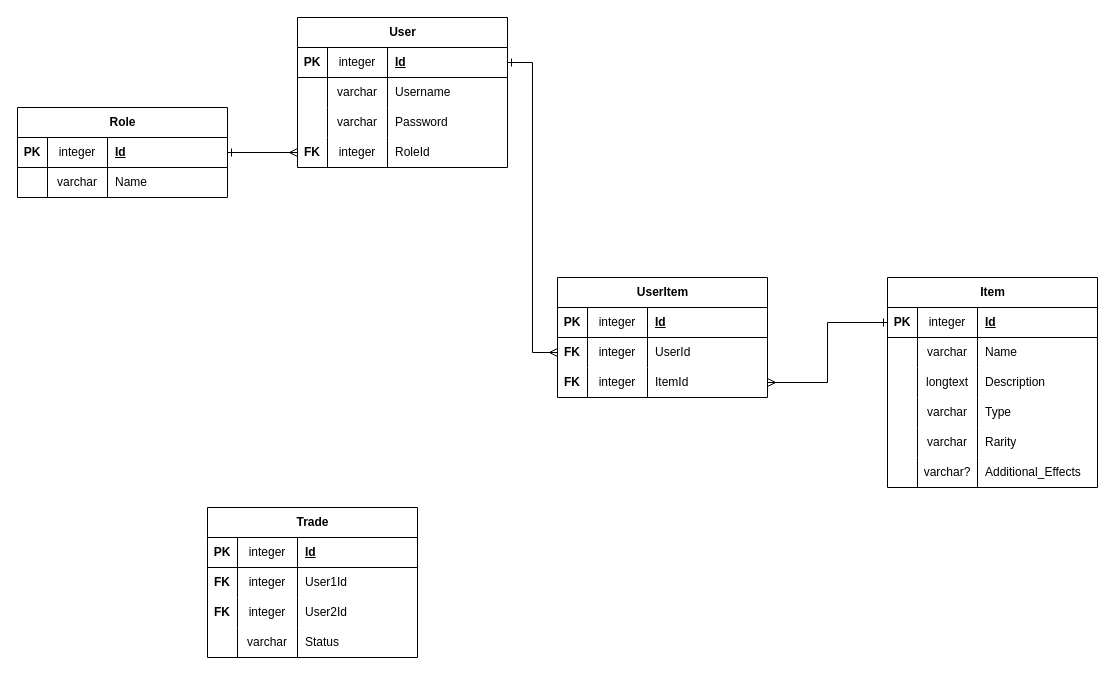
Earlier version of the draw.io diagram Docs/ERD.drawio (ThijsHeuvel/E4_DreamScape). Source tidied: cells renumbered, new cells numbered last; positions are measured from the earlier drawing's top-left corner, leaving out a move shared by most shapes. Both pictures are drawn from the tidied source at 100%, with x=0, y=0 at pixel (17, 17).
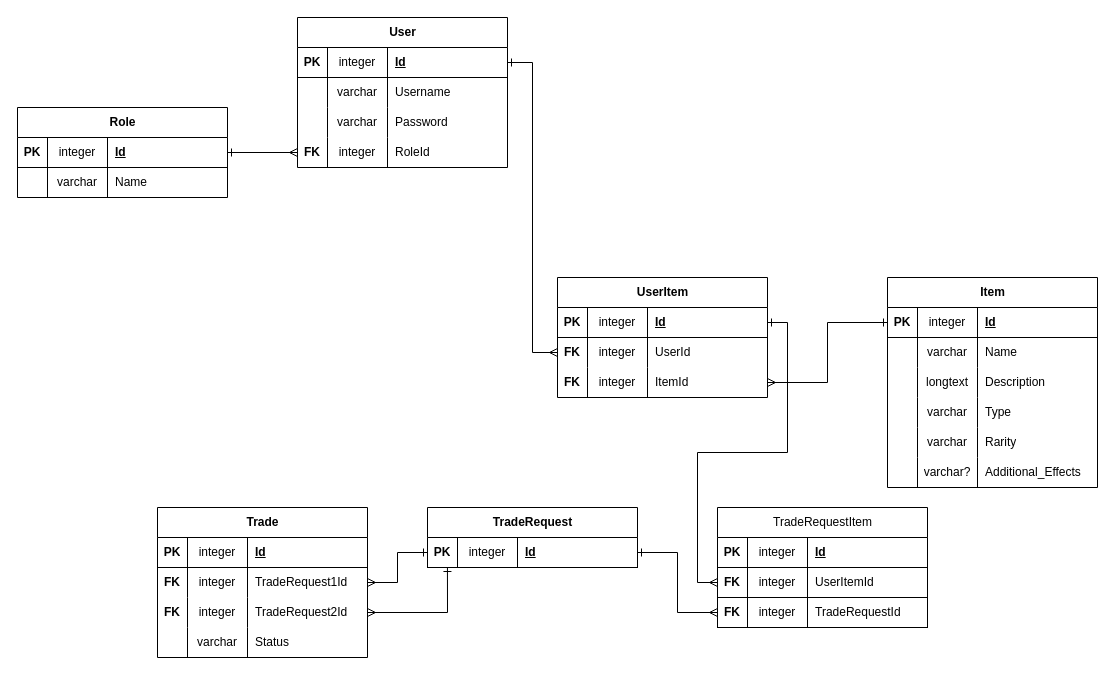
The same page after the edit.

The change refers to these unchanged cells:
```xml
<mxCell id="55" style="shape=tableRow;horizontal=0;startSize=0;swimlaneHead=0;swimlaneBody=0;fillColor=none;points=[[0,0.5],[1,0.5]];portConstraint=eastwest;top=0;left=0;right=0;bottom=1;" parent="54" vertex="1">
  <mxGeometry y="30" width="210" height="30" as="geometry" />
</mxCell>
<mxCell id="74" style="shape=tableRow;horizontal=0;startSize=0;swimlaneHead=0;swimlaneBody=0;fillColor=none;points=[[0,0.5],[1,0.5]];portConstraint=eastwest;top=0;left=0;right=0;bottom=0;" parent="69" vertex="1">
  <mxGeometry y="60" width="210" height="30" as="geometry" />
</mxCell>
```

Diff of the diagram source:
```diff
@@
     <mxCell id="69" value="Trade" style="shape=table;startSize=30;childLayout=tableLayout;rowLines=0;fontStyle=1;align=center;html=1;" parent="1" vertex="1">
-      <mxGeometry x="190" y="490" width="210" height="150" as="geometry" />
+      <mxGeometry x="140" y="490" width="210" height="150" as="geometry" />
     </mxCell>
@@
-    <mxCell id="77" value="User1Id" style="shape=partialRectangle;fillColor=none;top=0;left=0;bottom=0;right=0;align=left;spacingLeft=6;overflow=hidden;whiteSpace=wrap;html=1;" parent="74" vertex="1">
+    <mxCell id="77" value="TradeRequest1Id" style="shape=partialRectangle;fillColor=none;top=0;left=0;bottom=0;right=0;align=left;spacingLeft=6;overflow=hidden;whiteSpace=wrap;html=1;" parent="74" vertex="1">
       <mxGeometry x="90" width="120" height="30" as="geometry" />
     </mxCell>
@@
     <mxCell id="86" style="shape=tableRow;horizontal=0;startSize=0;swimlaneHead=0;swimlaneBody=0;fillColor=none;points=[[0,0.5],[1,0.5]];portConstraint=eastwest;top=0;left=0;right=0;bottom=0;" parent="1" vertex="1">
-      <mxGeometry x="190" y="580" width="210" height="30" as="geometry" />
+      <mxGeometry x="190" y="580" width="160" height="30" as="geometry" />
     </mxCell>
     <mxCell id="87" value="&lt;b&gt;FK&lt;/b&gt;" style="shape=partialRectangle;fillColor=none;top=0;left=0;bottom=0;right=0;overflow=hidden;whiteSpace=wrap;html=1;" parent="86" vertex="1">
-      <mxGeometry width="30" height="30" as="geometry" />
+      <mxGeometry x="-50" width="30" height="30" as="geometry" />
     </mxCell>
     <mxCell id="88" value="integer" style="shape=partialRectangle;fillColor=none;top=0;left=0;bottom=0;right=0;overflow=hidden;whiteSpace=wrap;html=1;" parent="86" vertex="1">
-      <mxGeometry x="30" width="60" height="30" as="geometry" />
+      <mxGeometry x="-20" width="60" height="30" as="geometry" />
     </mxCell>
-    <mxCell id="89" value="User2Id" style="shape=partialRectangle;fillColor=none;top=0;left=0;bottom=0;right=0;align=left;spacingLeft=6;overflow=hidden;whiteSpace=wrap;html=1;" parent="86" vertex="1">
-      <mxGeometry x="90" width="120" height="30" as="geometry" />
+    <mxCell id="89" value="TradeRequest2Id" style="shape=partialRectangle;fillColor=none;top=0;left=0;bottom=0;right=0;align=left;spacingLeft=6;overflow=hidden;whiteSpace=wrap;html=1;" parent="86" vertex="1">
+      <mxGeometry x="40" width="120" height="30" as="geometry" />
     </mxCell>
+    <mxCell id="90" value="TradeRequest" style="shape=table;startSize=30;childLayout=tableLayout;rowLines=0;fontStyle=1;align=center;html=1;" parent="1" vertex="1">
+      <mxGeometry x="410" y="490" width="210" height="60" as="geometry" />
+    </mxCell>
+    <mxCell id="91" style="shape=tableRow;horizontal=0;startSize=0;swimlaneHead=0;swimlaneBody=0;fillColor=none;points=[[0,0.5],[1,0.5]];portConstraint=eastwest;top=0;left=0;right=0;bottom=1;" parent="90" vertex="1">
+      <mxGeometry y="30" width="210" height="30" as="geometry" />
+    </mxCell>
+    <mxCell id="92" value="PK" style="shape=partialRectangle;fillColor=none;top=0;left=0;bottom=0;right=0;fontStyle=1;overflow=hidden;whiteSpace=wrap;html=1;" parent="91" vertex="1">
+      <mxGeometry width="30" height="30" as="geometry" />
+    </mxCell>
+    <mxCell id="93" value="&lt;span style=&quot;font-weight: normal;&quot;&gt;integer&lt;/span&gt;" style="shape=partialRectangle;fillColor=none;top=0;left=0;bottom=0;right=0;fontStyle=1;overflow=hidden;whiteSpace=wrap;html=1;" parent="91" vertex="1">
+      <mxGeometry x="30" width="60" height="30" as="geometry" />
+    </mxCell>
+    <mxCell id="94" value="Id" style="shape=partialRectangle;fillColor=none;top=0;left=0;bottom=0;right=0;align=left;spacingLeft=6;fontStyle=5;overflow=hidden;whiteSpace=wrap;html=1;" parent="91" vertex="1">
+      <mxGeometry x="90" width="120" height="30" as="geometry" />
+    </mxCell>
+    <mxCell id="95" value="TradeRequestItem" style="shape=table;startSize=30;childLayout=tableLayout;rowLines=0;fontStyle=0;align=center;html=1;" parent="1" vertex="1">
+      <mxGeometry x="700" y="490" width="210" height="120" as="geometry" />
+    </mxCell>
+    <mxCell id="96" style="shape=tableRow;horizontal=0;startSize=0;swimlaneHead=0;swimlaneBody=0;fillColor=none;top=0;left=0;right=0;bottom=1;" parent="95" vertex="1">
+      <mxGeometry y="30" width="210" height="30" as="geometry" />
+    </mxCell>
+    <mxCell id="97" value="PK" style="shape=partialRectangle;fillColor=none;top=0;left=0;bottom=0;right=0;fontStyle=1;overflow=hidden;whiteSpace=wrap;html=1;" parent="96" vertex="1">
+      <mxGeometry width="30" height="30" as="geometry" />
+    </mxCell>
+    <mxCell id="98" value="&lt;span style=&quot;font-weight: normal;&quot;&gt;integer&lt;/span&gt;" style="shape=partialRectangle;fillColor=none;top=0;left=0;bottom=0;right=0;fontStyle=1;overflow=hidden;whiteSpace=wrap;html=1;" parent="96" vertex="1">
+      <mxGeometry x="30" width="60" height="30" as="geometry" />
+    </mxCell>
+    <mxCell id="99" value="Id" style="shape=partialRectangle;fillColor=none;top=0;left=0;bottom=0;right=0;align=left;spacingLeft=6;fontStyle=5;overflow=hidden;whiteSpace=wrap;html=1;" parent="96" vertex="1">
+      <mxGeometry x="90" width="120" height="30" as="geometry" />
+    </mxCell>
+    <mxCell id="100" style="shape=tableRow;horizontal=0;startSize=0;swimlaneHead=0;swimlaneBody=0;fillColor=none;points=[[0,0.5],[1,0.5]];portConstraint=eastwest;top=0;left=0;right=0;bottom=1;" parent="95" vertex="1">
+      <mxGeometry y="60" width="210" height="30" as="geometry" />
+    </mxCell>
+    <mxCell id="101" value="FK" style="shape=partialRectangle;fillColor=none;top=0;left=0;bottom=0;right=0;fontStyle=1;overflow=hidden;whiteSpace=wrap;html=1;" parent="100" vertex="1">
+      <mxGeometry width="30" height="30" as="geometry" />
+    </mxCell>
+    <mxCell id="102" value="integer" style="shape=partialRectangle;fillColor=none;top=0;left=0;bottom=0;right=0;fontStyle=0;overflow=hidden;whiteSpace=wrap;html=1;" parent="100" vertex="1">
+      <mxGeometry x="30" width="60" height="30" as="geometry" />
+    </mxCell>
+    <mxCell id="103" value="&lt;span style=&quot;&quot;&gt;UserItemId&lt;/span&gt;" style="shape=partialRectangle;fillColor=none;top=0;left=0;bottom=0;right=0;align=left;spacingLeft=6;fontStyle=0;overflow=hidden;whiteSpace=wrap;html=1;" parent="100" vertex="1">
+      <mxGeometry x="90" width="120" height="30" as="geometry" />
+    </mxCell>
+    <mxCell id="104" style="shape=tableRow;horizontal=0;startSize=0;swimlaneHead=0;swimlaneBody=0;fillColor=none;points=[[0,0.5],[1,0.5]];portConstraint=eastwest;top=0;left=0;right=0;bottom=1;" parent="95" vertex="1">
+      <mxGeometry y="90" width="210" height="30" as="geometry" />
+    </mxCell>
+    <mxCell id="105" value="FK" style="shape=partialRectangle;fillColor=none;top=0;left=0;bottom=0;right=0;fontStyle=1;overflow=hidden;whiteSpace=wrap;html=1;" parent="104" vertex="1">
+      <mxGeometry width="30" height="30" as="geometry" />
+    </mxCell>
+    <mxCell id="106" value="&lt;span style=&quot;font-weight: normal;&quot;&gt;integer&lt;/span&gt;" style="shape=partialRectangle;fillColor=none;top=0;left=0;bottom=0;right=0;fontStyle=1;overflow=hidden;whiteSpace=wrap;html=1;" parent="104" vertex="1">
+      <mxGeometry x="30" width="60" height="30" as="geometry" />
+    </mxCell>
+    <mxCell id="107" value="TradeRequestId" style="shape=partialRectangle;fillColor=none;top=0;left=0;bottom=0;right=0;align=left;spacingLeft=6;fontStyle=0;overflow=hidden;whiteSpace=wrap;html=1;" parent="104" vertex="1">
+      <mxGeometry x="90" width="120" height="30" as="geometry" />
+    </mxCell>
+    <mxCell id="108" style="edgeStyle=orthogonalEdgeStyle;rounded=0;jettySize=auto;html=1;entryX=0;entryY=0.5;entryDx=0;entryDy=0;endArrow=ERmany;endFill=0;startArrow=ERone;startFill=0;" parent="1" edge="1" source="55" target="100">
+      <mxGeometry relative="1" as="geometry" />
+    </mxCell>
+    <mxCell id="109" style="edgeStyle=orthogonalEdgeStyle;rounded=0;jettySize=auto;html=1;entryX=1;entryY=0.5;entryDx=0;entryDy=0;endArrow=ERone;endFill=0;startArrow=ERmany;startFill=0;" parent="1" edge="1" source="104" target="91">
+      <mxGeometry relative="1" as="geometry" />
+    </mxCell>
+    <mxCell id="110" style="edgeStyle=orthogonalEdgeStyle;rounded=0;jettySize=auto;html=1;entryX=1;entryY=0.5;entryDx=0;entryDy=0;endArrow=ERmany;endFill=0;startArrow=ERone;startFill=0;" parent="1" edge="1" source="91" target="74">
+      <mxGeometry relative="1" as="geometry" />
+    </mxCell>
+    <mxCell id="111" style="edgeStyle=orthogonalEdgeStyle;rounded=0;jettySize=auto;html=1;entryX=0.095;entryY=1;entryDx=0;entryDy=0;entryPerimeter=0;startArrow=ERmany;startFill=0;endArrow=ERone;endFill=0;" parent="1" edge="1" source="86" target="91">
+      <mxGeometry relative="1" as="geometry">
+        <Array as="points">
+          <mxPoint x="430" y="595" />
+        </Array>
+      </mxGeometry>
+    </mxCell>
```
